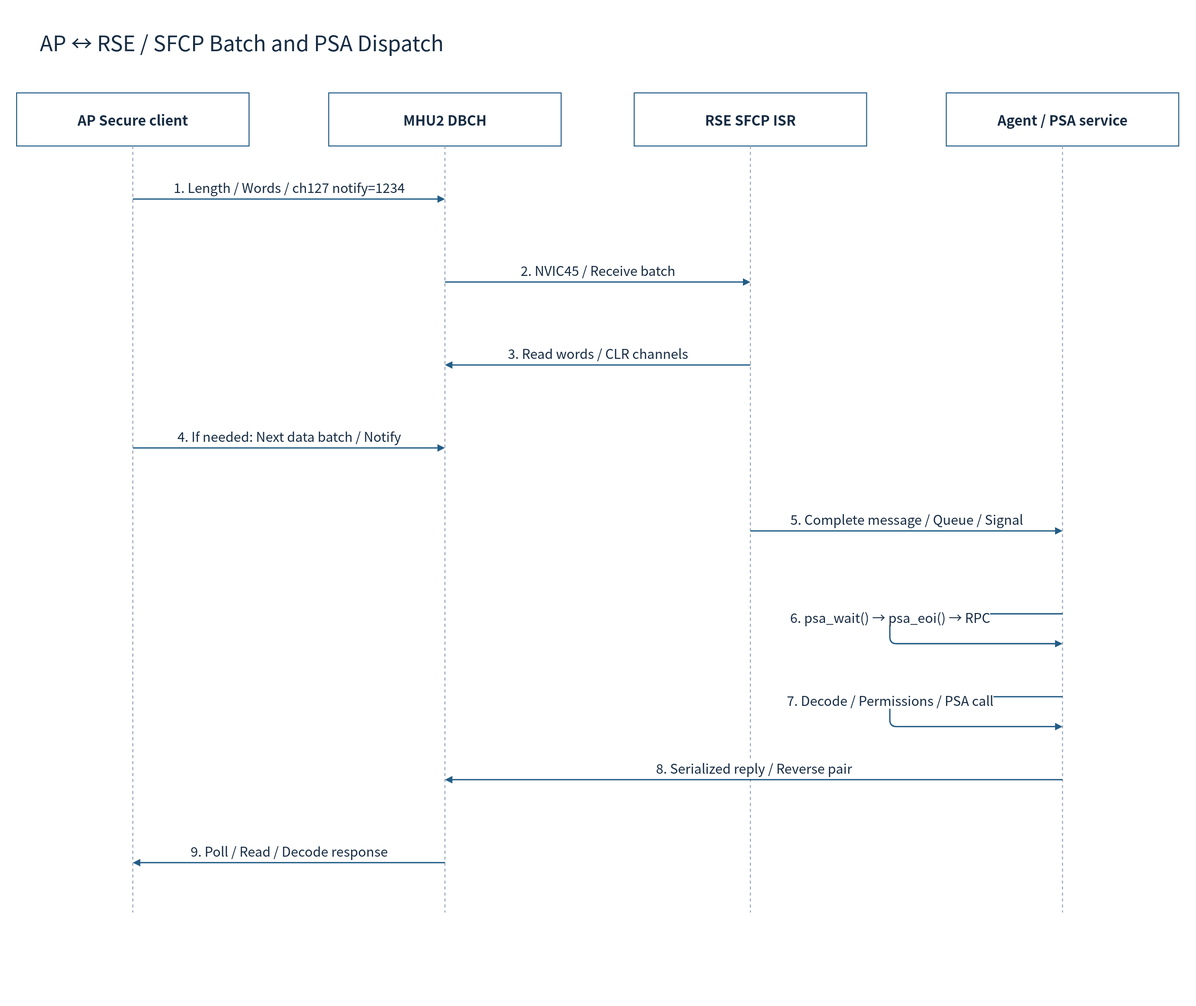
The draw.io diagram doc/phase1/mailbox/diagrams/23-sfcp-sequence.drawio.svg in cometzero/project-apollo, before a commit. Source tidied: cells renumbered, new cells last; positions are measured from the earlier drawing's top-left corner, leaving out a move shared by most shapes.
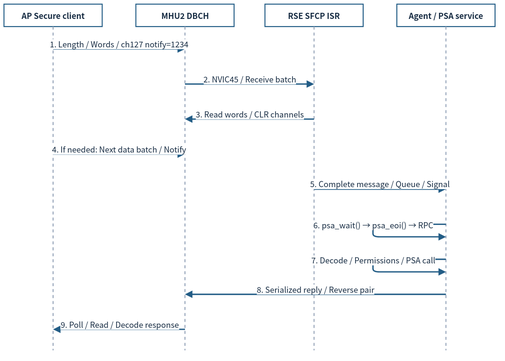
The same file after the commit.

Diff of the diagram source:
```diff
@@ -2,117 +2,111 @@
   <root>
     <mxCell id="0" />
     <mxCell id="1" parent="0" />
-    <mxCell id="2" style="rounded=0;whiteSpace=wrap;html=1;fillColor=#FFFFFF;strokeColor=none;strokeWidth=1.5;fontColor=#172C43;fontFamily=Noto Sans CJK KR;fontSize=22;spacing=10;" parent="1" vertex="1">
-      <mxGeometry width="1800" height="1515" as="geometry" />
-    </mxCell>
-    <mxCell id="3" value="AP ↔ RSE / SFCP Batch and PSA Dispatch" style="rounded=0;whiteSpace=wrap;html=1;fillColor=#FFFFFF;strokeColor=none;strokeWidth=1.5;fontColor=#172C43;fontFamily=Noto Sans CJK KR;fontSize=22;spacing=10;fontSize=32;align=left;" parent="1" vertex="1">
-      <mxGeometry x="50" y="30" width="1700" height="65" as="geometry" />
-    </mxCell>
-    <mxCell id="4" value="AP Secure client" style="rounded=0;whiteSpace=wrap;html=1;fillColor=#FFFFFF;strokeColor=#235D86;strokeWidth=1.5;fontColor=#172C43;fontFamily=Noto Sans CJK KR;fontSize=22;spacing=10;fontStyle=1;fontSize=21;" parent="1" vertex="1">
-      <mxGeometry x="25" y="140" width="350" height="80" as="geometry" />
+    <mxCell id="4" value="AP Secure client" style="rounded=0;whiteSpace=wrap;html=1;fillColor=#FFFFFF;strokeColor=#235D86;strokeWidth=1.5;fontColor=#172C43;fontFamily=Noto Sans CJK KR;fontStyle=1;fontSize=12;spacing=3;whiteSpace=wrap;" parent="1" vertex="1">
+      <mxGeometry x="12" y="12" width="148" height="33.8" as="geometry" />
     </mxCell>
-    <mxCell id="5" style="endArrow=none;dashed=1;strokeColor=#94A3B8;strokeWidth=1.5;" parent="1" edge="1">
+    <mxCell id="5" style="endArrow=none;dashed=1;strokeColor=#94A3B8;strokeWidth=1.5;fontSize=12;spacing=3;whiteSpace=nowrap;" parent="1" edge="1">
       <mxGeometry relative="1" as="geometry">
-        <mxPoint x="200" y="220" as="sourcePoint" />
-        <mxPoint x="200" y="1375" as="targetPoint" />
+        <mxPoint x="86" y="45.8" as="sourcePoint" />
+        <mxPoint x="86" y="534.2" as="targetPoint" />
       </mxGeometry>
     </mxCell>
-    <mxCell id="6" value="MHU2 DBCH" style="rounded=0;whiteSpace=wrap;html=1;fillColor=#FFFFFF;strokeColor=#235D86;strokeWidth=1.5;fontColor=#172C43;fontFamily=Noto Sans CJK KR;fontSize=22;spacing=10;fontStyle=1;fontSize=21;" parent="1" vertex="1">
-      <mxGeometry x="495" y="140" width="350" height="80" as="geometry" />
+    <mxCell id="6" value="MHU2 DBCH" style="rounded=0;whiteSpace=wrap;html=1;fillColor=#FFFFFF;strokeColor=#235D86;strokeWidth=1.5;fontColor=#172C43;fontFamily=Noto Sans CJK KR;fontStyle=1;fontSize=12;spacing=3;whiteSpace=wrap;" parent="1" vertex="1">
+      <mxGeometry x="210.7" y="12" width="148" height="33.8" as="geometry" />
     </mxCell>
-    <mxCell id="7" style="endArrow=none;dashed=1;strokeColor=#94A3B8;strokeWidth=1.5;" parent="1" edge="1">
+    <mxCell id="7" style="endArrow=none;dashed=1;strokeColor=#94A3B8;strokeWidth=1.5;fontSize=12;spacing=3;whiteSpace=nowrap;" parent="1" edge="1">
       <mxGeometry relative="1" as="geometry">
-        <mxPoint x="670" y="220" as="sourcePoint" />
-        <mxPoint x="670" y="1375" as="targetPoint" />
+        <mxPoint x="284.7" y="45.8" as="sourcePoint" />
+        <mxPoint x="284.7" y="534.2" as="targetPoint" />
       </mxGeometry>
     </mxCell>
-    <mxCell id="8" value="RSE SFCP ISR" style="rounded=0;whiteSpace=wrap;html=1;fillColor=#FFFFFF;strokeColor=#235D86;strokeWidth=1.5;fontColor=#172C43;fontFamily=Noto Sans CJK KR;fontSize=22;spacing=10;fontStyle=1;fontSize=21;" parent="1" vertex="1">
-      <mxGeometry x="955" y="140" width="350" height="80" as="geometry" />
+    <mxCell id="8" value="RSE SFCP ISR" style="rounded=0;whiteSpace=wrap;html=1;fillColor=#FFFFFF;strokeColor=#235D86;strokeWidth=1.5;fontColor=#172C43;fontFamily=Noto Sans CJK KR;fontStyle=1;fontSize=12;spacing=3;whiteSpace=wrap;" parent="1" vertex="1">
+      <mxGeometry x="405.3" y="12" width="148" height="33.8" as="geometry" />
     </mxCell>
-    <mxCell id="9" style="endArrow=none;dashed=1;strokeColor=#94A3B8;strokeWidth=1.5;" parent="1" edge="1">
+    <mxCell id="9" style="endArrow=none;dashed=1;strokeColor=#94A3B8;strokeWidth=1.5;fontSize=12;spacing=3;whiteSpace=nowrap;" parent="1" edge="1">
       <mxGeometry relative="1" as="geometry">
-        <mxPoint x="1130" y="220" as="sourcePoint" />
-        <mxPoint x="1130" y="1375" as="targetPoint" />
+        <mxPoint x="479.3" y="45.8" as="sourcePoint" />
+        <mxPoint x="479.3" y="534.2" as="targetPoint" />
       </mxGeometry>
     </mxCell>
-    <mxCell id="10" value="Agent / PSA service" style="rounded=0;whiteSpace=wrap;html=1;fillColor=#FFFFFF;strokeColor=#235D86;strokeWidth=1.5;fontColor=#172C43;fontFamily=Noto Sans CJK KR;fontSize=22;spacing=10;fontStyle=1;fontSize=21;" parent="1" vertex="1">
-      <mxGeometry x="1425" y="140" width="350" height="80" as="geometry" />
+    <mxCell id="10" value="Agent / PSA service" style="rounded=0;whiteSpace=wrap;html=1;fillColor=#FFFFFF;strokeColor=#235D86;strokeWidth=1.5;fontColor=#172C43;fontFamily=Noto Sans CJK KR;fontStyle=1;fontSize=12;spacing=3;whiteSpace=wrap;" parent="1" vertex="1">
+      <mxGeometry x="604" y="12" width="148" height="33.8" as="geometry" />
     </mxCell>
-    <mxCell id="11" style="endArrow=none;dashed=1;strokeColor=#94A3B8;strokeWidth=1.5;" parent="1" edge="1">
+    <mxCell id="11" style="endArrow=none;dashed=1;strokeColor=#94A3B8;strokeWidth=1.5;fontSize=12;spacing=3;whiteSpace=nowrap;" parent="1" edge="1">
       <mxGeometry relative="1" as="geometry">
-        <mxPoint x="1600" y="220" as="sourcePoint" />
-        <mxPoint x="1600" y="1375" as="targetPoint" />
+        <mxPoint x="678" y="45.8" as="sourcePoint" />
+        <mxPoint x="678" y="534.2" as="targetPoint" />
       </mxGeometry>
     </mxCell>
-    <mxCell id="12" value="1. Length / Words / ch127 notify=1234" style="edgeStyle=none;html=1;endArrow=block;endFill=1;strokeColor=#235D86;strokeWidth=2;fontColor=#172C43;fontFamily=Noto Sans CJK KR;fontSize=20;labelBackgroundColor=#FFFFFF;" parent="1" edge="1">
+    <mxCell id="12" value="1. Length / Words / ch127 notify=1234" style="edgeStyle=none;html=1;endArrow=block;endFill=1;strokeColor=#235D86;strokeWidth=2;fontColor=#172C43;fontFamily=Noto Sans CJK KR;labelBackgroundColor=#FFFFFF;fontSize=12;spacing=3;whiteSpace=nowrap;" parent="1" edge="1">
       <mxGeometry relative="1" as="geometry">
-        <mxPoint x="200" y="300" as="sourcePoint" />
-        <mxPoint x="670" y="300" as="targetPoint" />
-        <mxPoint y="-18" as="offset" />
+        <mxPoint x="86" y="79.7" as="sourcePoint" />
+        <mxPoint x="284.7" y="79.7" as="targetPoint" />
+        <mxPoint y="-7.6" as="offset" />
       </mxGeometry>
     </mxCell>
-    <mxCell id="13" value="2. NVIC45 / Receive batch" style="edgeStyle=none;html=1;endArrow=block;endFill=1;strokeColor=#235D86;strokeWidth=2;fontColor=#172C43;fontFamily=Noto Sans CJK KR;fontSize=20;labelBackgroundColor=#FFFFFF;" parent="1" edge="1">
+    <mxCell id="13" value="2. NVIC45 / Receive batch" style="edgeStyle=none;html=1;endArrow=block;endFill=1;strokeColor=#235D86;strokeWidth=2;fontColor=#172C43;fontFamily=Noto Sans CJK KR;labelBackgroundColor=#FFFFFF;fontSize=12;spacing=3;whiteSpace=nowrap;" parent="1" edge="1">
       <mxGeometry relative="1" as="geometry">
-        <mxPoint x="670" y="425" as="sourcePoint" />
-        <mxPoint x="1130" y="425" as="targetPoint" />
-        <mxPoint y="-18" as="offset" />
+        <mxPoint x="284.7" y="132.5" as="sourcePoint" />
+        <mxPoint x="479.3" y="132.5" as="targetPoint" />
+        <mxPoint y="-7.6" as="offset" />
       </mxGeometry>
     </mxCell>
-    <mxCell id="14" value="3. Read words / CLR channels" style="edgeStyle=none;html=1;endArrow=block;endFill=1;strokeColor=#235D86;strokeWidth=2;fontColor=#172C43;fontFamily=Noto Sans CJK KR;fontSize=20;labelBackgroundColor=#FFFFFF;" parent="1" edge="1">
+    <mxCell id="14" value="3. Read words / CLR channels" style="edgeStyle=none;html=1;endArrow=block;endFill=1;strokeColor=#235D86;strokeWidth=2;fontColor=#172C43;fontFamily=Noto Sans CJK KR;labelBackgroundColor=#FFFFFF;fontSize=12;spacing=3;whiteSpace=nowrap;" parent="1" edge="1">
       <mxGeometry relative="1" as="geometry">
-        <mxPoint x="1130" y="550" as="sourcePoint" />
-        <mxPoint x="670" y="550" as="targetPoint" />
-        <mxPoint y="-18" as="offset" />
+        <mxPoint x="479.3" y="185.4" as="sourcePoint" />
+        <mxPoint x="284.7" y="185.4" as="targetPoint" />
+        <mxPoint y="-7.6" as="offset" />
       </mxGeometry>
     </mxCell>
-    <mxCell id="15" value="4. If needed: Next data batch / Notify" style="edgeStyle=none;html=1;endArrow=block;endFill=1;strokeColor=#235D86;strokeWidth=2;fontColor=#172C43;fontFamily=Noto Sans CJK KR;fontSize=20;labelBackgroundColor=#FFFFFF;" parent="1" edge="1">
+    <mxCell id="15" value="4. If needed: Next data batch / Notify" style="edgeStyle=none;html=1;endArrow=block;endFill=1;strokeColor=#235D86;strokeWidth=2;fontColor=#172C43;fontFamily=Noto Sans CJK KR;labelBackgroundColor=#FFFFFF;fontSize=12;spacing=3;whiteSpace=nowrap;" parent="1" edge="1">
       <mxGeometry relative="1" as="geometry">
-        <mxPoint x="200" y="675" as="sourcePoint" />
-        <mxPoint x="670" y="675" as="targetPoint" />
-        <mxPoint y="-18" as="offset" />
+        <mxPoint x="86" y="238.2" as="sourcePoint" />
+        <mxPoint x="284.7" y="238.2" as="targetPoint" />
+        <mxPoint y="-7.6" as="offset" />
       </mxGeometry>
     </mxCell>
-    <mxCell id="16" value="5. Complete message / Queue / Signal" style="edgeStyle=none;html=1;endArrow=block;endFill=1;strokeColor=#235D86;strokeWidth=2;fontColor=#172C43;fontFamily=Noto Sans CJK KR;fontSize=20;labelBackgroundColor=#FFFFFF;" parent="1" edge="1">
+    <mxCell id="16" value="5. Complete message / Queue / Signal" style="edgeStyle=none;html=1;endArrow=block;endFill=1;strokeColor=#235D86;strokeWidth=2;fontColor=#172C43;fontFamily=Noto Sans CJK KR;labelBackgroundColor=#FFFFFF;fontSize=12;spacing=3;whiteSpace=nowrap;" parent="1" edge="1">
       <mxGeometry relative="1" as="geometry">
-        <mxPoint x="1130" y="800" as="sourcePoint" />
-        <mxPoint x="1600" y="800" as="targetPoint" />
-        <mxPoint y="-18" as="offset" />
+        <mxPoint x="479.3" y="291.1" as="sourcePoint" />
+        <mxPoint x="678" y="291.1" as="targetPoint" />
+        <mxPoint y="-7.6" as="offset" />
       </mxGeometry>
     </mxCell>
-    <mxCell id="17" value="6. psa_wait() → psa_eoi() → RPC" style="edgeStyle=none;html=1;endArrow=block;endFill=1;strokeColor=#235D86;strokeWidth=2;fontColor=#172C43;fontFamily=Noto Sans CJK KR;fontSize=20;labelBackgroundColor=#FFFFFF;" parent="1" edge="1">
+    <mxCell id="17" value="6. psa_wait() → psa_eoi() → RPC" style="edgeStyle=none;html=1;endArrow=block;endFill=1;strokeColor=#235D86;strokeWidth=2;fontColor=#172C43;fontFamily=Noto Sans CJK KR;labelBackgroundColor=#FFFFFF;fontSize=12;spacing=3;whiteSpace=nowrap;" parent="1" edge="1">
       <mxGeometry relative="1" as="geometry">
-        <mxPoint x="1600" y="925" as="sourcePoint" />
-        <mxPoint x="1600" y="970" as="targetPoint" />
+        <mxPoint x="678" y="343.9" as="sourcePoint" />
+        <mxPoint x="678" y="363" as="targetPoint" />
         <Array as="points">
-          <mxPoint x="1340" y="925" />
-          <mxPoint x="1340" y="970" />
+          <mxPoint x="568.1" y="343.9" />
+          <mxPoint x="568.1" y="363" />
         </Array>
-        <mxPoint y="-18" as="offset" />
+        <mxPoint y="-7.6" as="offset" />
       </mxGeometry>
     </mxCell>
-    <mxCell id="18" value="7. Decode / Permissions / PSA call" style="edgeStyle=none;html=1;endArrow=block;endFill=1;strokeColor=#235D86;strokeWidth=2;fontColor=#172C43;fontFamily=Noto Sans CJK KR;fontSize=20;labelBackgroundColor=#FFFFFF;" parent="1" edge="1">
+    <mxCell id="18" value="7. Decode / Permissions / PSA call" style="edgeStyle=none;html=1;endArrow=block;endFill=1;strokeColor=#235D86;strokeWidth=2;fontColor=#172C43;fontFamily=Noto Sans CJK KR;labelBackgroundColor=#FFFFFF;fontSize=12;spacing=3;whiteSpace=nowrap;" parent="1" edge="1">
       <mxGeometry relative="1" as="geometry">
-        <mxPoint x="1600" y="1050" as="sourcePoint" />
-        <mxPoint x="1600" y="1095" as="targetPoint" />
+        <mxPoint x="678" y="396.8" as="sourcePoint" />
+        <mxPoint x="678" y="415.8" as="targetPoint" />
         <Array as="points">
-          <mxPoint x="1340" y="1050" />
-          <mxPoint x="1340" y="1095" />
+          <mxPoint x="568.1" y="396.8" />
+          <mxPoint x="568.1" y="415.8" />
         </Array>
-        <mxPoint y="-18" as="offset" />
+        <mxPoint y="-7.6" as="offset" />
       </mxGeometry>
     </mxCell>
-    <mxCell id="19" value="8. Serialized reply / Reverse pair" style="edgeStyle=none;html=1;endArrow=block;endFill=1;strokeColor=#235D86;strokeWidth=2;fontColor=#172C43;fontFamily=Noto Sans CJK KR;fontSize=20;labelBackgroundColor=#FFFFFF;" parent="1" edge="1">
+    <mxCell id="19" value="8. Serialized reply / Reverse pair" style="edgeStyle=none;html=1;endArrow=block;endFill=1;strokeColor=#235D86;strokeWidth=2;fontColor=#172C43;fontFamily=Noto Sans CJK KR;labelBackgroundColor=#FFFFFF;fontSize=12;spacing=3;whiteSpace=nowrap;" parent="1" edge="1">
       <mxGeometry relative="1" as="geometry">
-        <mxPoint x="1600" y="1175" as="sourcePoint" />
-        <mxPoint x="670" y="1175" as="targetPoint" />
-        <mxPoint y="-18" as="offset" />
+        <mxPoint x="678" y="449.7" as="sourcePoint" />
+        <mxPoint x="284.7" y="449.7" as="targetPoint" />
+        <mxPoint y="-7.6" as="offset" />
       </mxGeometry>
     </mxCell>
-    <mxCell id="20" value="9. Poll / Read / Decode response" style="edgeStyle=none;html=1;endArrow=block;endFill=1;strokeColor=#235D86;strokeWidth=2;fontColor=#172C43;fontFamily=Noto Sans CJK KR;fontSize=20;labelBackgroundColor=#FFFFFF;" parent="1" edge="1">
+    <mxCell id="20" value="9. Poll / Read / Decode response" style="edgeStyle=none;html=1;endArrow=block;endFill=1;strokeColor=#235D86;strokeWidth=2;fontColor=#172C43;fontFamily=Noto Sans CJK KR;labelBackgroundColor=#FFFFFF;fontSize=12;spacing=3;whiteSpace=nowrap;" parent="1" edge="1">
       <mxGeometry relative="1" as="geometry">
-        <mxPoint x="670" y="1300" as="sourcePoint" />
-        <mxPoint x="200" y="1300" as="targetPoint" />
-        <mxPoint y="-18" as="offset" />
+        <mxPoint x="284.7" y="502.5" as="sourcePoint" />
+        <mxPoint x="86" y="502.5" as="targetPoint" />
+        <mxPoint y="-7.6" as="offset" />
       </mxGeometry>
     </mxCell>
   </root>
```
